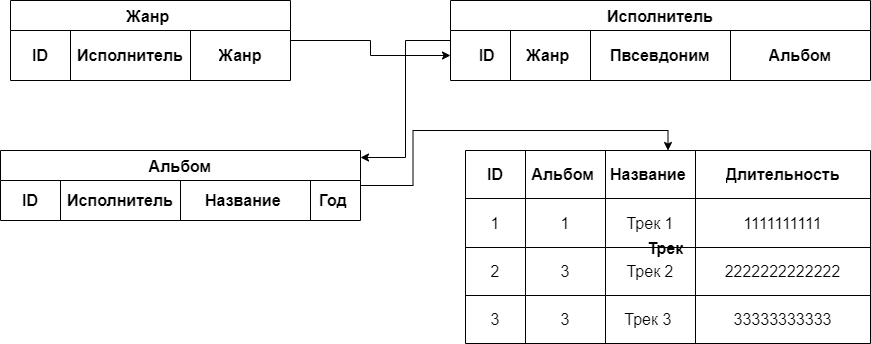
This is БД/HomeWork2.1(draw.io).png from kotoffski55/origin, a draw.io export, as it was before one commit. Source tidied: cells renumbered, new cells last; positions are measured from the earlier drawing's top-left corner, leaving out a move shared by most shapes.
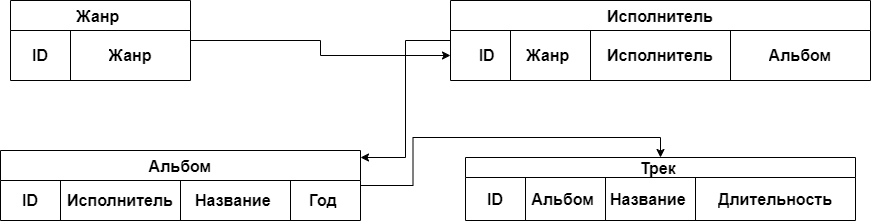
The same diagram one commit later.

What changed in the source:
```diff
@@ -14,7 +14,7 @@
     <mxCell id="5" value="Жанр&amp;nbsp;" style="shape=partialRectangle;html=1;whiteSpace=wrap;strokeColor=inherit;overflow=hidden;fillColor=none;top=0;left=0;bottom=0;right=0;fontSize=16;fontStyle=1;" parent="3" vertex="1">
       <mxGeometry x="60" width="80" height="50" as="geometry" />
     </mxCell>
-    <mxCell id="6" value="Пвсевдоним" style="shape=partialRectangle;html=1;whiteSpace=wrap;strokeColor=inherit;overflow=hidden;fillColor=none;top=0;left=0;bottom=0;right=0;fontSize=16;fontStyle=1;" parent="3" vertex="1">
+    <mxCell id="6" value="Исполнитель" style="shape=partialRectangle;html=1;whiteSpace=wrap;strokeColor=inherit;overflow=hidden;fillColor=none;top=0;left=0;bottom=0;right=0;fontSize=16;fontStyle=1;" parent="3" vertex="1">
       <mxGeometry x="140" width="140" height="50" as="geometry" />
     </mxCell>
     <mxCell id="7" value="Альбом" style="shape=partialRectangle;html=1;whiteSpace=wrap;strokeColor=inherit;overflow=hidden;fillColor=none;top=0;left=0;bottom=0;right=0;fontSize=16;fontStyle=1;" parent="3" vertex="1">
@@ -36,12 +36,12 @@
       <mxGeometry x="60" width="120" height="40" as="geometry" />
     </mxCell>
     <mxCell id="13" value="Название&amp;nbsp;" style="shape=partialRectangle;html=1;whiteSpace=wrap;strokeColor=inherit;overflow=hidden;fillColor=none;top=0;left=0;bottom=0;right=0;fontSize=16;fontStyle=1;" parent="10" vertex="1">
-      <mxGeometry x="180" width="130" height="40" as="geometry" />
+      <mxGeometry x="180" width="110" height="40" as="geometry" />
     </mxCell>
     <mxCell id="14" value="Год&amp;nbsp;" style="shape=partialRectangle;html=1;whiteSpace=wrap;strokeColor=inherit;overflow=hidden;fillColor=none;top=0;left=0;bottom=0;right=0;fontSize=16;fontStyle=1;" parent="10" vertex="1">
-      <mxGeometry x="310" width="50" height="40" as="geometry" />
+      <mxGeometry x="290" width="70" height="40" as="geometry" />
     </mxCell>
-    <mxCell id="15" style="edgeStyle=orthogonalEdgeStyle;rounded=0;jettySize=auto;html=1;entryX=-0.011;entryY=0.11;entryDx=0;entryDy=0;entryPerimeter=0;" parent="1" edge="1" source="x" target="2">
+    <mxCell id="15" style="edgeStyle=orthogonalEdgeStyle;rounded=0;jettySize=auto;html=1;entryX=-0.011;entryY=0.11;entryDx=0;entryDy=0;entryPerimeter=0;" parent="1" edge="1" target="2">
       <mxGeometry relative="1" as="geometry" />
     </mxCell>
     <mxCell id="16" style="edgeStyle=orthogonalEdgeStyle;rounded=0;jettySize=auto;html=1;entryX=1;entryY=0.1;entryDx=0;entryDy=0;entryPerimeter=0;" parent="1" edge="1" source="2" target="9">
@@ -51,82 +51,34 @@
       <mxGeometry relative="1" as="geometry" />
     </mxCell>
     <mxCell id="18" value="Жанр " style="shape=table;startSize=30;strokeColor=default;fontSize=16;fontStyle=1;" parent="1" vertex="1">
-      <mxGeometry x="10" width="280" height="80" as="geometry" />
+      <mxGeometry x="10" width="180" height="80" as="geometry" />
     </mxCell>
     <mxCell id="19" style="shape=tableRow;horizontal=0;startSize=0;swimlaneHead=0;swimlaneBody=0;strokeColor=inherit;top=0;left=0;bottom=0;right=0;fillColor=none;fontSize=16;fontStyle=1;" parent="18" vertex="1">
-      <mxGeometry y="30" width="280" height="50" as="geometry" />
+      <mxGeometry y="30" width="180" height="50" as="geometry" />
     </mxCell>
     <mxCell id="20" value="ID" style="shape=partialRectangle;html=1;whiteSpace=wrap;strokeColor=inherit;overflow=hidden;fillColor=none;top=0;left=0;bottom=0;right=0;fontSize=16;fontStyle=1;" parent="19" vertex="1">
       <mxGeometry width="60" height="50" as="geometry" />
     </mxCell>
-    <mxCell id="21" value="Исполнитель" style="shape=partialRectangle;html=1;whiteSpace=wrap;strokeColor=inherit;overflow=hidden;fillColor=none;top=0;left=0;bottom=0;right=0;fontSize=16;fontStyle=1;" parent="19" vertex="1">
+    <mxCell id="21" value="Жанр" style="shape=partialRectangle;html=1;whiteSpace=wrap;strokeColor=inherit;overflow=hidden;fillColor=none;top=0;left=0;bottom=0;right=0;fontSize=16;fontStyle=1;" parent="19" vertex="1">
       <mxGeometry x="60" width="120" height="50" as="geometry" />
     </mxCell>
-    <mxCell id="22" value="Жанр" style="shape=partialRectangle;html=1;whiteSpace=wrap;strokeColor=inherit;overflow=hidden;fillColor=none;top=0;left=0;bottom=0;right=0;fontSize=16;fontStyle=1;" parent="19" vertex="1">
-      <mxGeometry x="180" width="100" height="50" as="geometry" />
-    </mxCell>
-    <mxCell id="23" value="Трек " style="shape=table;startSize=0;strokeColor=default;fontSize=16;fontStyle=1;" parent="1" vertex="1">
-      <mxGeometry x="465" y="150" width="405" height="193" as="geometry" />
+    <mxCell id="23" value="Трек " style="shape=table;startSize=20;strokeColor=default;fontSize=16;fontStyle=1;" parent="1" vertex="1">
+      <mxGeometry x="465" y="157" width="390" height="63" as="geometry" />
     </mxCell>
     <mxCell id="24" style="shape=tableRow;horizontal=0;startSize=0;swimlaneHead=0;swimlaneBody=0;strokeColor=inherit;top=0;left=0;bottom=0;right=0;fillColor=none;fontSize=16;" parent="23" vertex="1">
-      <mxGeometry width="405" height="48" as="geometry" />
+      <mxGeometry y="20" width="390" height="43" as="geometry" />
     </mxCell>
     <mxCell id="25" value="ID" style="shape=partialRectangle;html=1;whiteSpace=wrap;strokeColor=inherit;overflow=hidden;fillColor=none;top=0;left=0;bottom=0;right=0;fontSize=16;fontStyle=1;" parent="24" vertex="1">
-      <mxGeometry width="60" height="48" as="geometry" />
+      <mxGeometry width="60" height="43" as="geometry" />
     </mxCell>
     <mxCell id="26" value="Альбом&amp;nbsp;" style="shape=partialRectangle;html=1;whiteSpace=wrap;strokeColor=inherit;overflow=hidden;fillColor=none;top=0;left=0;bottom=0;right=0;fontSize=16;fontStyle=1;" parent="24" vertex="1">
-      <mxGeometry x="60" width="80" height="48" as="geometry" />
+      <mxGeometry x="60" width="80" height="43" as="geometry" />
     </mxCell>
     <mxCell id="27" value="Название&amp;nbsp;" style="shape=partialRectangle;html=1;whiteSpace=wrap;strokeColor=inherit;overflow=hidden;fillColor=none;top=0;left=0;bottom=0;right=0;fontSize=16;fontStyle=1;" parent="24" vertex="1">
-      <mxGeometry x="140" width="90" height="48" as="geometry" />
+      <mxGeometry x="140" width="90" height="43" as="geometry" />
     </mxCell>
     <mxCell id="28" value="Длительность" style="shape=partialRectangle;html=1;whiteSpace=wrap;strokeColor=inherit;overflow=hidden;fillColor=none;top=0;left=0;bottom=0;right=0;fontSize=16;fontStyle=1;" parent="24" vertex="1">
-      <mxGeometry x="230" width="175" height="48" as="geometry" />
+      <mxGeometry x="230" width="160" height="43" as="geometry" />
     </mxCell>
-    <mxCell id="29" style="shape=tableRow;horizontal=0;startSize=0;swimlaneHead=0;swimlaneBody=0;strokeColor=inherit;top=0;left=0;bottom=0;right=0;fillColor=none;fontSize=16;" parent="23" vertex="1">
-      <mxGeometry y="48" width="405" height="49" as="geometry" />
-    </mxCell>
-    <mxCell id="30" value="1" style="shape=partialRectangle;html=1;whiteSpace=wrap;strokeColor=inherit;overflow=hidden;fillColor=none;top=0;left=0;bottom=0;right=0;fontSize=16;" parent="29" vertex="1">
-      <mxGeometry width="60" height="49" as="geometry" />
-    </mxCell>
-    <mxCell id="31" value="1" style="shape=partialRectangle;html=1;whiteSpace=wrap;strokeColor=inherit;overflow=hidden;fillColor=none;top=0;left=0;bottom=0;right=0;fontSize=16;" parent="29" vertex="1">
-      <mxGeometry x="60" width="80" height="49" as="geometry" />
-    </mxCell>
-    <mxCell id="32" value="Трек 1" style="shape=partialRectangle;html=1;whiteSpace=wrap;strokeColor=inherit;overflow=hidden;fillColor=none;top=0;left=0;bottom=0;right=0;fontSize=16;" parent="29" vertex="1">
-      <mxGeometry x="140" width="90" height="49" as="geometry" />
-    </mxCell>
-    <mxCell id="33" value="1111111111" style="shape=partialRectangle;html=1;whiteSpace=wrap;strokeColor=inherit;overflow=hidden;fillColor=none;top=0;left=0;bottom=0;right=0;fontSize=16;" parent="29" vertex="1">
-      <mxGeometry x="230" width="175" height="49" as="geometry" />
-    </mxCell>
-    <mxCell id="34" style="shape=tableRow;horizontal=0;startSize=0;swimlaneHead=0;swimlaneBody=0;strokeColor=inherit;top=0;left=0;bottom=0;right=0;fillColor=none;fontSize=16;" parent="23" vertex="1">
-      <mxGeometry y="97" width="405" height="48" as="geometry" />
-    </mxCell>
-    <mxCell id="35" value="2" style="shape=partialRectangle;html=1;whiteSpace=wrap;strokeColor=inherit;overflow=hidden;fillColor=none;top=0;left=0;bottom=0;right=0;fontSize=16;" parent="34" vertex="1">
-      <mxGeometry width="60" height="48" as="geometry" />
-    </mxCell>
-    <mxCell id="36" value="3" style="shape=partialRectangle;html=1;whiteSpace=wrap;strokeColor=inherit;overflow=hidden;fillColor=none;top=0;left=0;bottom=0;right=0;fontSize=16;" parent="34" vertex="1">
-      <mxGeometry x="60" width="80" height="48" as="geometry" />
-    </mxCell>
-    <mxCell id="37" value="Трек 2" style="shape=partialRectangle;html=1;whiteSpace=wrap;strokeColor=inherit;overflow=hidden;fillColor=none;top=0;left=0;bottom=0;right=0;fontSize=16;" parent="34" vertex="1">
-      <mxGeometry x="140" width="90" height="48" as="geometry" />
-    </mxCell>
-    <mxCell id="38" value="2222222222222" style="shape=partialRectangle;html=1;whiteSpace=wrap;strokeColor=inherit;overflow=hidden;fillColor=none;top=0;left=0;bottom=0;right=0;fontSize=16;" parent="34" vertex="1">
-      <mxGeometry x="230" width="175" height="48" as="geometry" />
-    </mxCell>
-    <mxCell id="39" style="shape=tableRow;horizontal=0;startSize=0;swimlaneHead=0;swimlaneBody=0;strokeColor=inherit;top=0;left=0;bottom=0;right=0;fillColor=none;fontSize=16;" parent="23" vertex="1">
-      <mxGeometry y="145" width="405" height="48" as="geometry" />
-    </mxCell>
-    <mxCell id="40" value="3" style="shape=partialRectangle;html=1;whiteSpace=wrap;strokeColor=inherit;overflow=hidden;fillColor=none;top=0;left=0;bottom=0;right=0;fontSize=16;" parent="39" vertex="1">
-      <mxGeometry width="60" height="48" as="geometry" />
-    </mxCell>
-    <mxCell id="41" value="3" style="shape=partialRectangle;html=1;whiteSpace=wrap;strokeColor=inherit;overflow=hidden;fillColor=none;top=0;left=0;bottom=0;right=0;fontSize=16;" parent="39" vertex="1">
-      <mxGeometry x="60" width="80" height="48" as="geometry" />
-    </mxCell>
-    <mxCell id="42" value="Трек 3&amp;nbsp;" style="shape=partialRectangle;html=1;whiteSpace=wrap;strokeColor=inherit;overflow=hidden;fillColor=none;top=0;left=0;bottom=0;right=0;fontSize=16;" parent="39" vertex="1">
-      <mxGeometry x="140" width="90" height="48" as="geometry" />
-    </mxCell>
-    <mxCell id="43" value="33333333333" style="shape=partialRectangle;html=1;whiteSpace=wrap;strokeColor=inherit;overflow=hidden;fillColor=none;top=0;left=0;bottom=0;right=0;fontSize=16;" parent="39" vertex="1">
-      <mxGeometry x="230" width="175" height="48" as="geometry" />
-    </mxCell>
   </root>
 </mxGraphModel>
```
